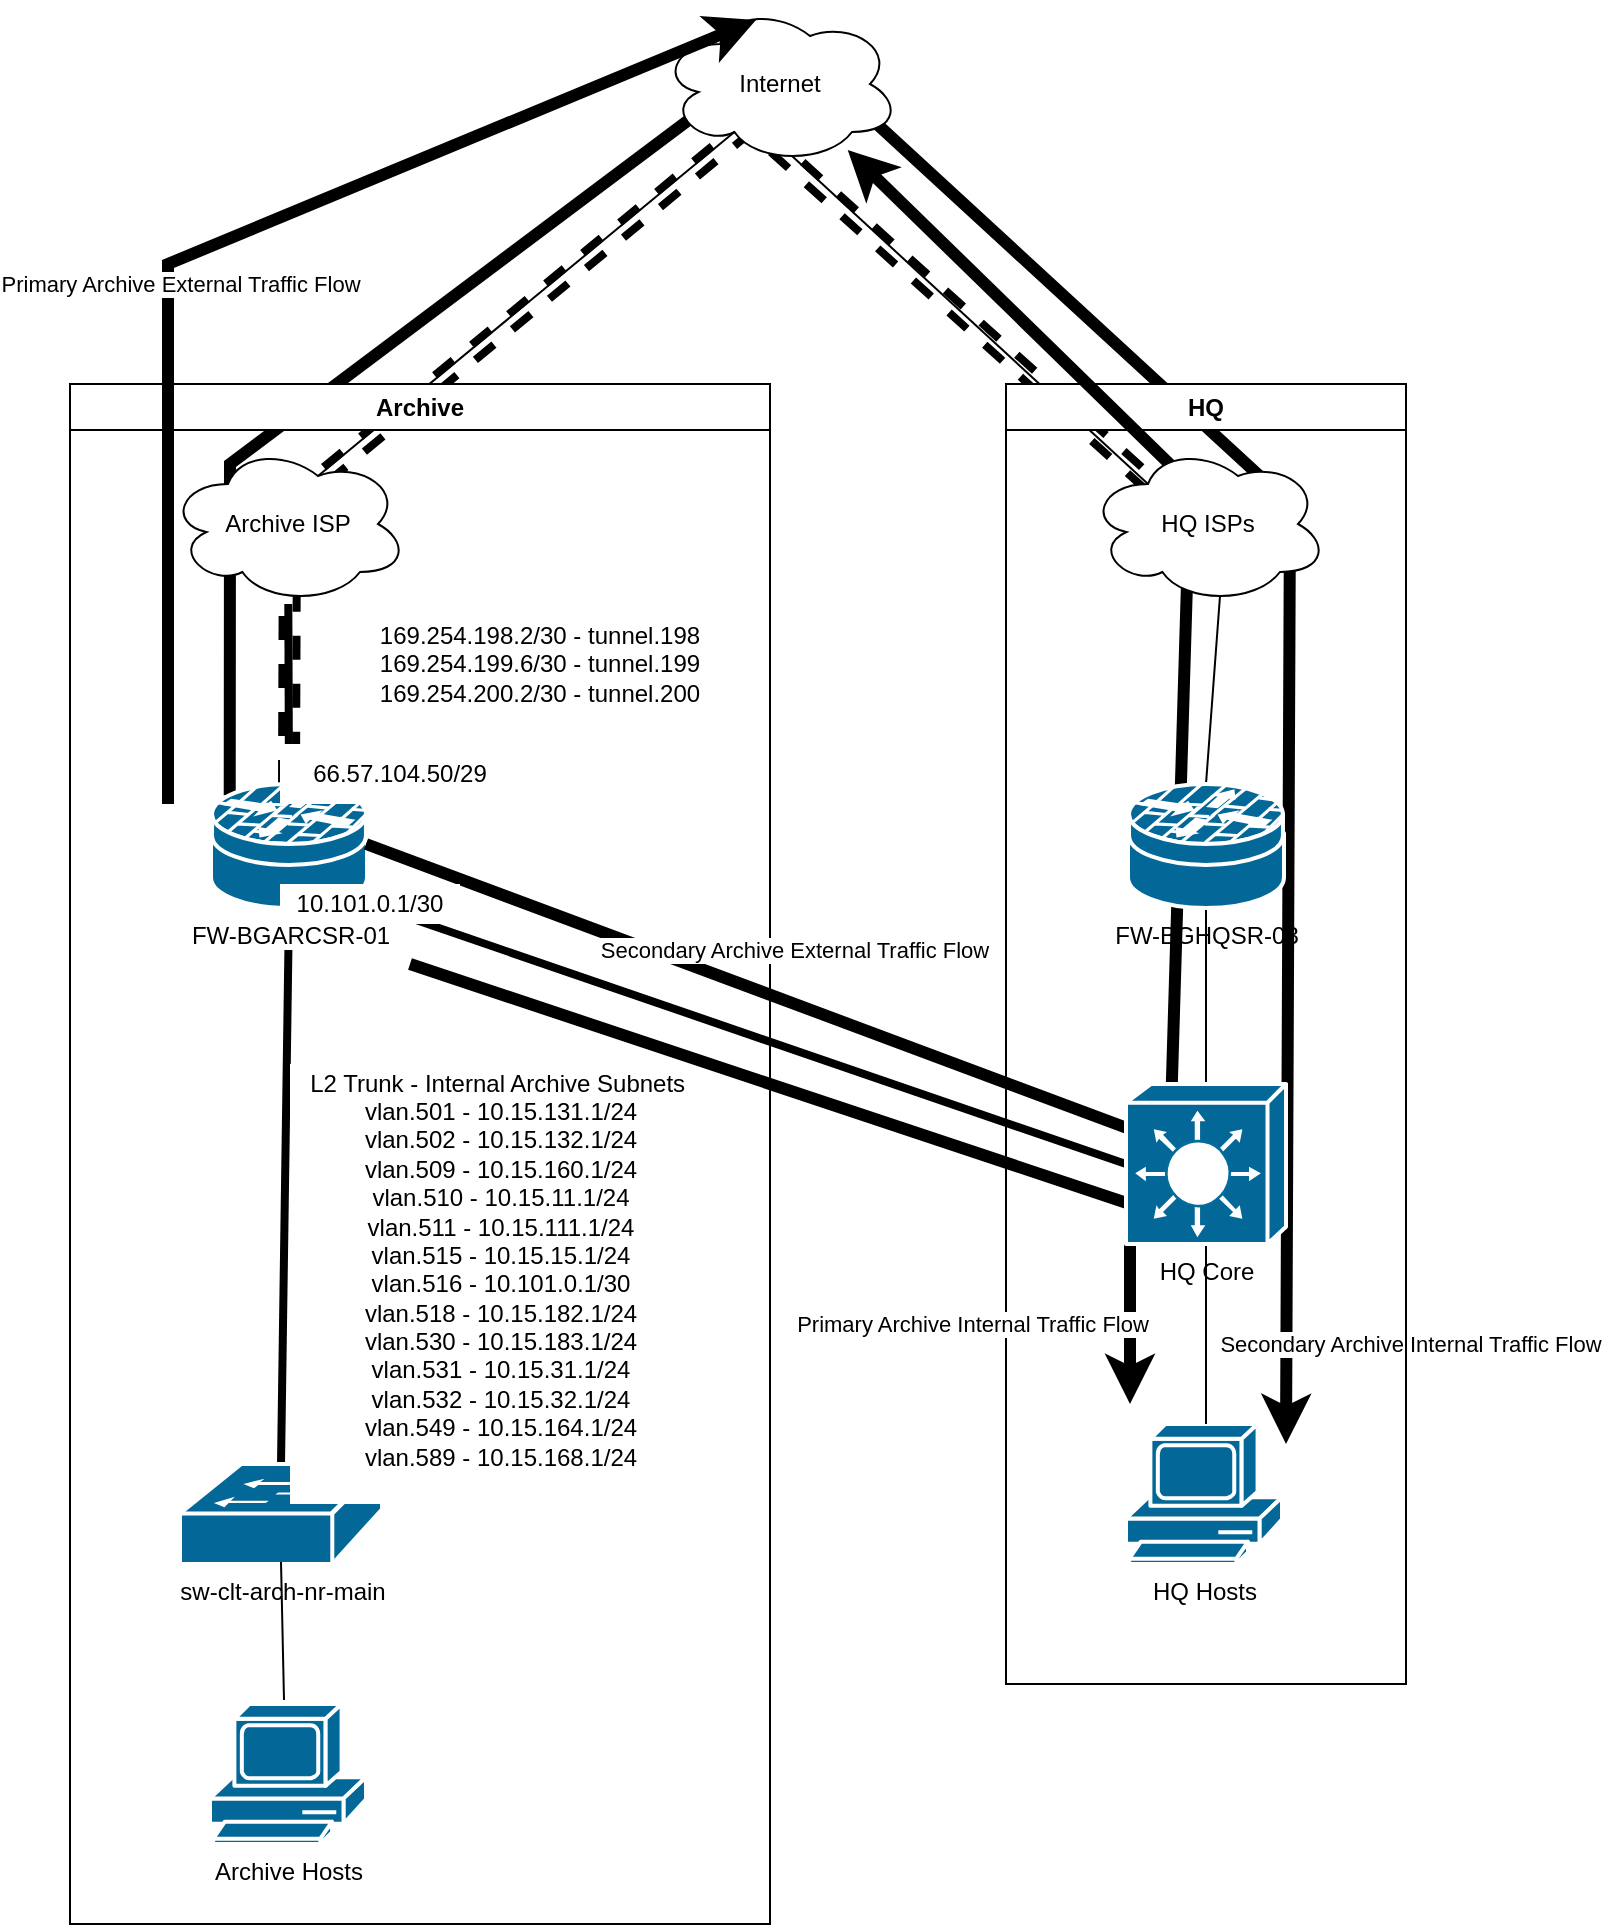
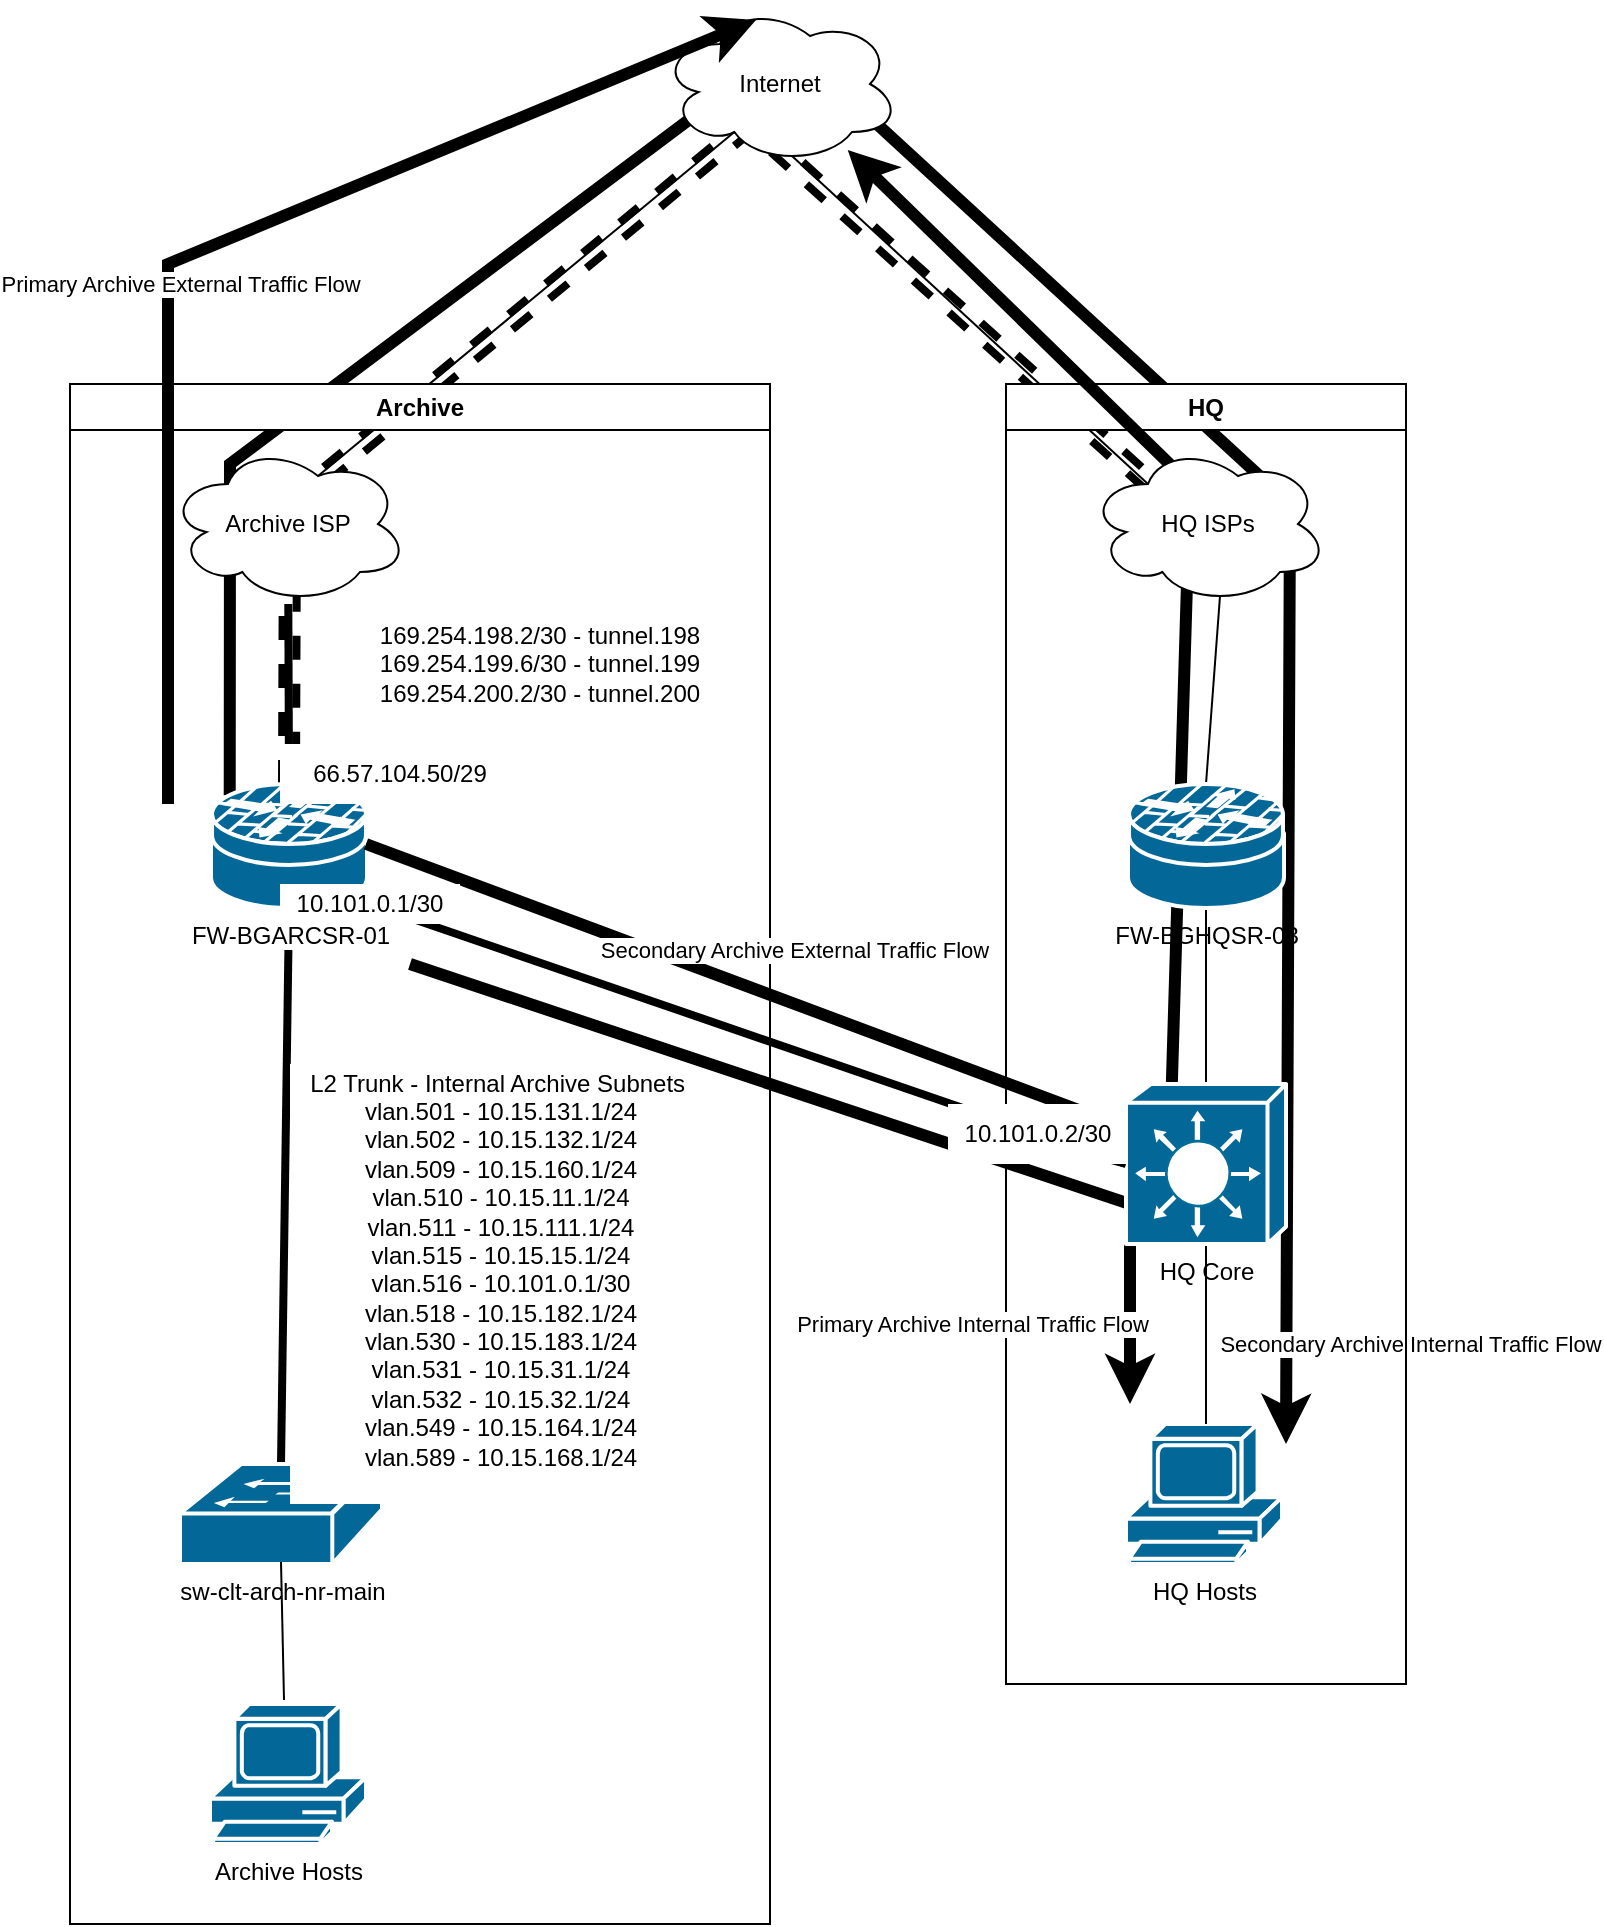
<mxfile host="app.diagrams.net">
  <diagram name="As-is" id="3v8Hhh0iNj7eJBUqvCCh">
    <mxGraphModel dx="1556" dy="810" grid="1" gridSize="10" guides="1" tooltips="1" connect="1" arrows="1" fold="1" page="1" pageScale="1" pageWidth="850" pageHeight="1100" math="0" shadow="0">
      <root>
        <mxCell id="0" />
        <mxCell id="1" parent="0" />
        <mxCell id="VIvlA7C_3LFnily3UBdu-6" edge="1" parent="1" source="oA2cxR7Eq6LekVjzL2tZ-1" style="endArrow=classic;html=1;rounded=0;strokeColor=light-dark(#000000,#00FF00);strokeWidth=6;exitX=0.12;exitY=0.09;exitDx=0;exitDy=0;exitPerimeter=0;" value="">
          <mxGeometry height="50" relative="1" width="50" as="geometry">
            <Array as="points">
              <mxPoint x="150" y="280" />
              <mxPoint x="430" y="70" />
              <mxPoint x="680" y="300" />
            </Array>
            <mxPoint x="960" y="510" as="sourcePoint" />
            <mxPoint x="678" y="770" as="targetPoint" />
          </mxGeometry>
        </mxCell>
        <mxCell id="VIvlA7C_3LFnily3UBdu-10" connectable="0" parent="VIvlA7C_3LFnily3UBdu-6" style="edgeLabel;html=1;align=center;verticalAlign=middle;resizable=0;points=[];" value="Secondary Archive Internal Traffic Flow" vertex="1">
          <mxGeometry relative="1" x="0.4433" y="3" as="geometry">
            <mxPoint x="57" y="319" as="offset" />
          </mxGeometry>
        </mxCell>
        <mxCell id="VIvlA7C_3LFnily3UBdu-4" edge="1" parent="1" source="oA2cxR7Eq6LekVjzL2tZ-4" style="endArrow=none;html=1;rounded=0;entryX=0.55;entryY=0.95;entryDx=0;entryDy=0;entryPerimeter=0;exitX=0.25;exitY=0.25;exitDx=0;exitDy=0;exitPerimeter=0;" target="VIvlA7C_3LFnily3UBdu-2" value="">
          <mxGeometry height="50" relative="1" width="50" as="geometry">
            <mxPoint x="420" y="388.5" as="sourcePoint" />
            <mxPoint x="420" y="220.5" as="targetPoint" />
          </mxGeometry>
        </mxCell>
        <mxCell id="oA2cxR7Eq6LekVjzL2tZ-27" edge="1" parent="1" source="oA2cxR7Eq6LekVjzL2tZ-1" style="endArrow=none;html=1;rounded=0;exitX=0.5;exitY=0;exitDx=0;exitDy=0;exitPerimeter=0;strokeWidth=4;shape=link;strokeColor=light-dark(#000000,#FF0000);dashed=1;" value="">
          <mxGeometry height="50" relative="1" width="50" as="geometry">
            <Array as="points">
              <mxPoint x="180" y="300" />
              <mxPoint x="410" y="110" />
              <mxPoint x="610" y="290" />
            </Array>
            <mxPoint x="430" y="678.5" as="sourcePoint" />
            <mxPoint x="610" y="290" as="targetPoint" />
          </mxGeometry>
        </mxCell>
        <mxCell id="oA2cxR7Eq6LekVjzL2tZ-8" edge="1" parent="1" source="oA2cxR7Eq6LekVjzL2tZ-1" style="endArrow=none;html=1;rounded=0;exitX=0.5;exitY=0;exitDx=0;exitDy=0;exitPerimeter=0;strokeWidth=4;" target="oA2cxR7Eq6LekVjzL2tZ-5" value="">
          <mxGeometry height="50" relative="1" width="50" as="geometry">
            <mxPoint x="430" y="568.5" as="sourcePoint" />
            <mxPoint x="430" y="400.5" as="targetPoint" />
          </mxGeometry>
        </mxCell>
        <mxCell id="oA2cxR7Eq6LekVjzL2tZ-9" edge="1" parent="1" source="oA2cxR7Eq6LekVjzL2tZ-7" style="endArrow=none;html=1;rounded=0;entryX=0.5;entryY=1;entryDx=0;entryDy=0;entryPerimeter=0;exitX=0.5;exitY=0;exitDx=0;exitDy=0;exitPerimeter=0;strokeWidth=4;" target="oA2cxR7Eq6LekVjzL2tZ-1" value="">
          <mxGeometry height="50" relative="1" width="50" as="geometry">
            <mxPoint x="430" y="568.5" as="sourcePoint" />
            <mxPoint x="430" y="400.5" as="targetPoint" />
          </mxGeometry>
        </mxCell>
        <mxCell id="oA2cxR7Eq6LekVjzL2tZ-13" edge="1" parent="1" source="oA2cxR7Eq6LekVjzL2tZ-3" style="endArrow=none;html=1;rounded=0;entryX=0.88;entryY=0.91;entryDx=0;entryDy=0;entryPerimeter=0;exitX=0;exitY=0.5;exitDx=0;exitDy=0;exitPerimeter=0;strokeWidth=4;" target="oA2cxR7Eq6LekVjzL2tZ-1" value="">
          <mxGeometry height="50" relative="1" width="50" as="geometry">
            <mxPoint x="430" y="668.5" as="sourcePoint" />
            <mxPoint x="430" y="500.5" as="targetPoint" />
          </mxGeometry>
        </mxCell>
        <mxCell id="oA2cxR7Eq6LekVjzL2tZ-15" parent="1" style="swimlane;whiteSpace=wrap;html=1;" value="HQ" vertex="1">
          <mxGeometry height="650" width="200" x="538" y="240" as="geometry" />
        </mxCell>
        <mxCell id="oA2cxR7Eq6LekVjzL2tZ-19" parent="oA2cxR7Eq6LekVjzL2tZ-15" style="shape=mxgraph.cisco.computers_and_peripherals.pc;html=1;pointerEvents=1;dashed=0;fillColor=#036897;strokeColor=#ffffff;strokeWidth=2;verticalLabelPosition=bottom;verticalAlign=top;align=center;outlineConnect=0;" value="HQ Hosts" vertex="1">
          <mxGeometry height="70" width="78" x="60" y="520" as="geometry" />
        </mxCell>
        <mxCell id="oA2cxR7Eq6LekVjzL2tZ-16" edge="1" parent="1" source="oA2cxR7Eq6LekVjzL2tZ-2" style="endArrow=none;html=1;rounded=0;entryX=0.55;entryY=0.95;entryDx=0;entryDy=0;entryPerimeter=0;exitX=0.5;exitY=0;exitDx=0;exitDy=0;exitPerimeter=0;" target="oA2cxR7Eq6LekVjzL2tZ-4" value="">
          <mxGeometry height="50" relative="1" width="50" as="geometry">
            <mxPoint x="430" y="478.5" as="sourcePoint" />
            <mxPoint x="430" y="310.5" as="targetPoint" />
          </mxGeometry>
        </mxCell>
        <mxCell id="oA2cxR7Eq6LekVjzL2tZ-17" edge="1" parent="1" source="oA2cxR7Eq6LekVjzL2tZ-3" style="endArrow=none;html=1;rounded=0;entryX=0.5;entryY=1;entryDx=0;entryDy=0;entryPerimeter=0;exitX=0.5;exitY=0;exitDx=0;exitDy=0;exitPerimeter=0;" target="oA2cxR7Eq6LekVjzL2tZ-2" value="">
          <mxGeometry height="50" relative="1" width="50" as="geometry">
            <mxPoint x="400" y="520" as="sourcePoint" />
            <mxPoint x="450" y="470" as="targetPoint" />
          </mxGeometry>
        </mxCell>
        <mxCell id="oA2cxR7Eq6LekVjzL2tZ-18" edge="1" parent="1" source="oA2cxR7Eq6LekVjzL2tZ-3" style="endArrow=none;html=1;rounded=0;exitX=0.5;exitY=1;exitDx=0;exitDy=0;exitPerimeter=0;" value="">
          <mxGeometry height="50" relative="1" width="50" as="geometry">
            <mxPoint x="430" y="678.5" as="sourcePoint" />
            <mxPoint x="638" y="760" as="targetPoint" />
          </mxGeometry>
        </mxCell>
        <mxCell id="oA2cxR7Eq6LekVjzL2tZ-1" parent="1" style="shape=mxgraph.cisco.security.router_firewall;sketch=0;html=1;pointerEvents=1;dashed=0;fillColor=#036897;strokeColor=#ffffff;strokeWidth=2;verticalLabelPosition=bottom;verticalAlign=top;align=center;outlineConnect=0;" value="&lt;span style=&quot;background-color: light-dark(#ffffff, var(--ge-dark-color, #121212));&quot;&gt;FW-BGARCSR-01&lt;/span&gt;" vertex="1">
          <mxGeometry height="62" width="78" x="140.50000000000006" y="440" as="geometry" />
        </mxCell>
        <mxCell id="VIvlA7C_3LFnily3UBdu-2" parent="1" style="ellipse;shape=cloud;whiteSpace=wrap;html=1;" value="Internet" vertex="1">
          <mxGeometry height="80" width="120" x="365" y="50" as="geometry" />
        </mxCell>
        <mxCell id="VIvlA7C_3LFnily3UBdu-3" edge="1" parent="1" source="oA2cxR7Eq6LekVjzL2tZ-5" style="endArrow=none;html=1;rounded=0;entryX=0.31;entryY=0.8;entryDx=0;entryDy=0;entryPerimeter=0;exitX=0.625;exitY=0.2;exitDx=0;exitDy=0;exitPerimeter=0;" target="VIvlA7C_3LFnily3UBdu-2" value="">
          <mxGeometry height="50" relative="1" width="50" as="geometry">
            <mxPoint x="400" y="330" as="sourcePoint" />
            <mxPoint x="450" y="280" as="targetPoint" />
          </mxGeometry>
        </mxCell>
        <mxCell id="oA2cxR7Eq6LekVjzL2tZ-5" parent="1" style="ellipse;shape=cloud;whiteSpace=wrap;html=1;" value="Archive ISP" vertex="1">
          <mxGeometry height="80" width="120" x="119" y="270" as="geometry" />
        </mxCell>
        <mxCell id="oA2cxR7Eq6LekVjzL2tZ-14" parent="1" style="swimlane;whiteSpace=wrap;html=1;labelBackgroundColor=default;" value="Archive" vertex="1">
          <mxGeometry height="770" width="350" x="70" y="240" as="geometry" />
        </mxCell>
        <mxCell id="oA2cxR7Eq6LekVjzL2tZ-22" edge="1" parent="oA2cxR7Eq6LekVjzL2tZ-14" style="endArrow=classic;html=1;rounded=0;strokeColor=light-dark(#000000,#FFFF00);strokeWidth=6;" target="VIvlA7C_3LFnily3UBdu-2" value="">
          <mxGeometry height="50" relative="1" width="50" as="geometry">
            <Array as="points">
              <mxPoint x="550" y="380" />
              <mxPoint x="560" y="50" />
            </Array>
            <mxPoint x="148" y="230" as="sourcePoint" />
            <mxPoint x="400" y="-100" as="targetPoint" />
          </mxGeometry>
        </mxCell>
        <mxCell id="oA2cxR7Eq6LekVjzL2tZ-23" connectable="0" parent="oA2cxR7Eq6LekVjzL2tZ-22" style="edgeLabel;html=1;align=center;verticalAlign=middle;resizable=0;points=[];" value="Secondary Archive External Traffic Flow" vertex="1">
          <mxGeometry relative="1" x="0.5333" y="-1" as="geometry">
            <mxPoint x="-194" y="238" as="offset" />
          </mxGeometry>
        </mxCell>
        <mxCell id="oA2cxR7Eq6LekVjzL2tZ-7" parent="oA2cxR7Eq6LekVjzL2tZ-14" style="shape=mxgraph.cisco.switches.workgroup_switch;sketch=0;html=1;pointerEvents=1;dashed=0;fillColor=#036897;strokeColor=#ffffff;strokeWidth=2;verticalLabelPosition=bottom;verticalAlign=top;align=center;outlineConnect=0;" value="sw-clt-arch-nr-main" vertex="1">
          <mxGeometry height="50" width="101" x="55.00000000000006" y="540" as="geometry" />
        </mxCell>
        <mxCell id="oA2cxR7Eq6LekVjzL2tZ-26" parent="oA2cxR7Eq6LekVjzL2tZ-14" style="text;html=1;whiteSpace=wrap;strokeColor=none;fillColor=default;align=center;verticalAlign=middle;rounded=0;" value="L2 Trunk - Internal Archive Subnets&amp;nbsp;&lt;div&gt;vlan.501 - 10.15.131.1/24&lt;/div&gt;&lt;div&gt;vlan.502 - 10.15.132.1/24&lt;/div&gt;&lt;div&gt;vlan.509 - 10.15.160.1/24&lt;/div&gt;&lt;div&gt;vlan.510 - 10.15.11.1/24&lt;/div&gt;&lt;div&gt;vlan.511 - 10.15.111.1/24&lt;/div&gt;&lt;div&gt;vlan.515 - 10.15.15.1/24&lt;/div&gt;&lt;div&gt;vlan.516 - 10.101.0.1/30&lt;/div&gt;&lt;div&gt;vlan.518 - 10.15.182.1/24&lt;/div&gt;&lt;div&gt;vlan.530 - 10.15.183.1/24&lt;/div&gt;&lt;div&gt;vlan.531 - 10.15.31.1/24&lt;/div&gt;&lt;div&gt;vlan.532 - 10.15.32.1/24&lt;/div&gt;&lt;div&gt;vlan.549 - 10.15.164.1/24&lt;/div&gt;&lt;div&gt;vlan.589 - 10.15.168.1/24&lt;/div&gt;&lt;div&gt;&lt;br&gt;&lt;/div&gt;" vertex="1">
          <mxGeometry height="220" width="211" x="110" y="340" as="geometry" />
        </mxCell>
        <mxCell id="oA2cxR7Eq6LekVjzL2tZ-29" parent="oA2cxR7Eq6LekVjzL2tZ-14" style="text;html=1;whiteSpace=wrap;strokeColor=none;fillColor=none;align=center;verticalAlign=middle;rounded=0;" value="169.254.198.2/30 - tunnel.198&lt;div&gt;169.254.199.6/30 - tunnel.199&lt;/div&gt;&lt;div&gt;169.254.200.2/30 - tunnel.200&lt;/div&gt;" vertex="1">
          <mxGeometry height="60" width="210" x="130" y="110" as="geometry" />
        </mxCell>
        <mxCell id="oA2cxR7Eq6LekVjzL2tZ-11" edge="1" parent="oA2cxR7Eq6LekVjzL2tZ-14" style="endArrow=none;html=1;rounded=0;exitX=0.4;exitY=0.1;exitDx=0;exitDy=0;exitPerimeter=0;entryX=0.5;entryY=0.98;entryDx=0;entryDy=0;entryPerimeter=0;" target="oA2cxR7Eq6LekVjzL2tZ-7" value="">
          <mxGeometry height="50" relative="1" width="50" as="geometry">
            <mxPoint x="107" y="658" as="sourcePoint" />
            <mxPoint x="380" y="460" as="targetPoint" />
          </mxGeometry>
        </mxCell>
        <mxCell id="oA2cxR7Eq6LekVjzL2tZ-12" parent="oA2cxR7Eq6LekVjzL2tZ-14" style="shape=mxgraph.cisco.computers_and_peripherals.pc;html=1;pointerEvents=1;dashed=0;fillColor=#036897;strokeColor=#ffffff;strokeWidth=2;verticalLabelPosition=bottom;verticalAlign=top;align=center;outlineConnect=0;" value="Archive Hosts&lt;div&gt;&lt;br&gt;&lt;/div&gt;" vertex="1">
          <mxGeometry height="70" width="78" x="70" y="660" as="geometry" />
        </mxCell>
        <mxCell id="oA2cxR7Eq6LekVjzL2tZ-38" edge="1" parent="oA2cxR7Eq6LekVjzL2tZ-14" style="endArrow=classic;html=1;rounded=0;strokeColor=light-dark(#000000,#66B2FF);strokeWidth=6;" value="">
          <mxGeometry height="50" relative="1" width="50" as="geometry">
            <Array as="points">
              <mxPoint x="530" y="410" />
            </Array>
            <mxPoint x="170" y="290" as="sourcePoint" />
            <mxPoint x="530" y="510" as="targetPoint" />
          </mxGeometry>
        </mxCell>
        <mxCell id="VIvlA7C_3LFnily3UBdu-7" connectable="0" parent="oA2cxR7Eq6LekVjzL2tZ-38" style="edgeLabel;html=1;align=center;verticalAlign=middle;resizable=0;points=[];" value="Primary Archive Internal Traffic Flow" vertex="1">
          <mxGeometry relative="1" x="-0.0388" as="geometry">
            <mxPoint x="62" y="107" as="offset" />
          </mxGeometry>
        </mxCell>
        <mxCell id="oA2cxR7Eq6LekVjzL2tZ-33" parent="oA2cxR7Eq6LekVjzL2tZ-14" style="text;html=1;whiteSpace=wrap;strokeColor=none;fillColor=default;align=center;verticalAlign=middle;rounded=0;" value="10.101.0.1/30" vertex="1">
          <mxGeometry height="20" width="90" x="105" y="250" as="geometry" />
        </mxCell>
        <mxCell id="oA2cxR7Eq6LekVjzL2tZ-32" parent="oA2cxR7Eq6LekVjzL2tZ-14" style="text;html=1;align=center;verticalAlign=middle;whiteSpace=wrap;rounded=0;labelBackgroundColor=default;fillColor=default;" value="66.57.104.50/29" vertex="1">
          <mxGeometry height="30" width="120" x="105" y="180" as="geometry" />
        </mxCell>
        <mxCell id="oA2cxR7Eq6LekVjzL2tZ-20" edge="1" parent="1" style="endArrow=classic;html=1;rounded=0;strokeColor=light-dark(#000000,#FF8000);strokeWidth=6;entryX=0.4;entryY=0.1;entryDx=0;entryDy=0;entryPerimeter=0;" target="VIvlA7C_3LFnily3UBdu-2" value="">
          <mxGeometry height="50" relative="1" width="50" as="geometry">
            <Array as="points">
              <mxPoint x="119" y="180" />
            </Array>
            <mxPoint x="119" y="450" as="sourcePoint" />
            <mxPoint x="119" y="110" as="targetPoint" />
          </mxGeometry>
        </mxCell>
        <mxCell id="oA2cxR7Eq6LekVjzL2tZ-21" connectable="0" parent="oA2cxR7Eq6LekVjzL2tZ-20" style="edgeLabel;html=1;align=center;verticalAlign=middle;resizable=0;points=[];" value="Primary Archive External Traffic Flow" vertex="1">
          <mxGeometry relative="1" x="0.5333" y="-1" as="geometry">
            <mxPoint x="-162" y="78" as="offset" />
          </mxGeometry>
        </mxCell>
        <mxCell id="oA2cxR7Eq6LekVjzL2tZ-4" parent="1" style="ellipse;shape=cloud;whiteSpace=wrap;html=1;" value="HQ ISPs" vertex="1">
          <mxGeometry height="80" width="120" x="579" y="270" as="geometry" />
        </mxCell>
        <mxCell id="oA2cxR7Eq6LekVjzL2tZ-2" parent="1" style="shape=mxgraph.cisco.security.router_firewall;sketch=0;html=1;pointerEvents=1;dashed=0;fillColor=#036897;strokeColor=#ffffff;strokeWidth=2;verticalLabelPosition=bottom;verticalAlign=top;align=center;outlineConnect=0;" value="FW-BGHQSR-03" vertex="1">
          <mxGeometry height="62" width="78" x="599" y="440" as="geometry" />
        </mxCell>
        <mxCell id="oA2cxR7Eq6LekVjzL2tZ-3" parent="1" style="shape=mxgraph.cisco.switches.layer_3_switch;sketch=0;html=1;pointerEvents=1;dashed=0;fillColor=#036897;strokeColor=#ffffff;strokeWidth=2;verticalLabelPosition=bottom;verticalAlign=top;align=center;outlineConnect=0;" value="HQ Core" vertex="1">
          <mxGeometry height="80" width="80" x="598" y="590" as="geometry" />
        </mxCell>
+         <mxCell id="VIvlA7C_3LFnily3UBdu-13" edge="1" parent="1" source="oA2cxR7Eq6LekVjzL2tZ-3" style="endArrow=none;html=1;rounded=0;entryX=0.88;entryY=0.91;entryDx=0;entryDy=0;entryPerimeter=0;exitX=0;exitY=0.5;exitDx=0;exitDy=0;exitPerimeter=0;strokeWidth=4;" target="VIvlA7C_3LFnily3UBdu-11" value="">
+           <mxGeometry height="50" relative="1" width="50" as="geometry">
+             <mxPoint x="598" y="630" as="sourcePoint" />
+             <mxPoint x="209" y="496" as="targetPoint" />
+           </mxGeometry>
+         </mxCell>
+         <mxCell id="VIvlA7C_3LFnily3UBdu-11" parent="1" style="text;html=1;whiteSpace=wrap;strokeColor=none;fillColor=default;align=center;verticalAlign=middle;rounded=0;" value="10.101.0.2/30" vertex="1">
+           <mxGeometry height="30" width="90" x="509" y="600" as="geometry" />
+         </mxCell>
      </root>
    </mxGraphModel>
  </diagram>
</mxfile>
